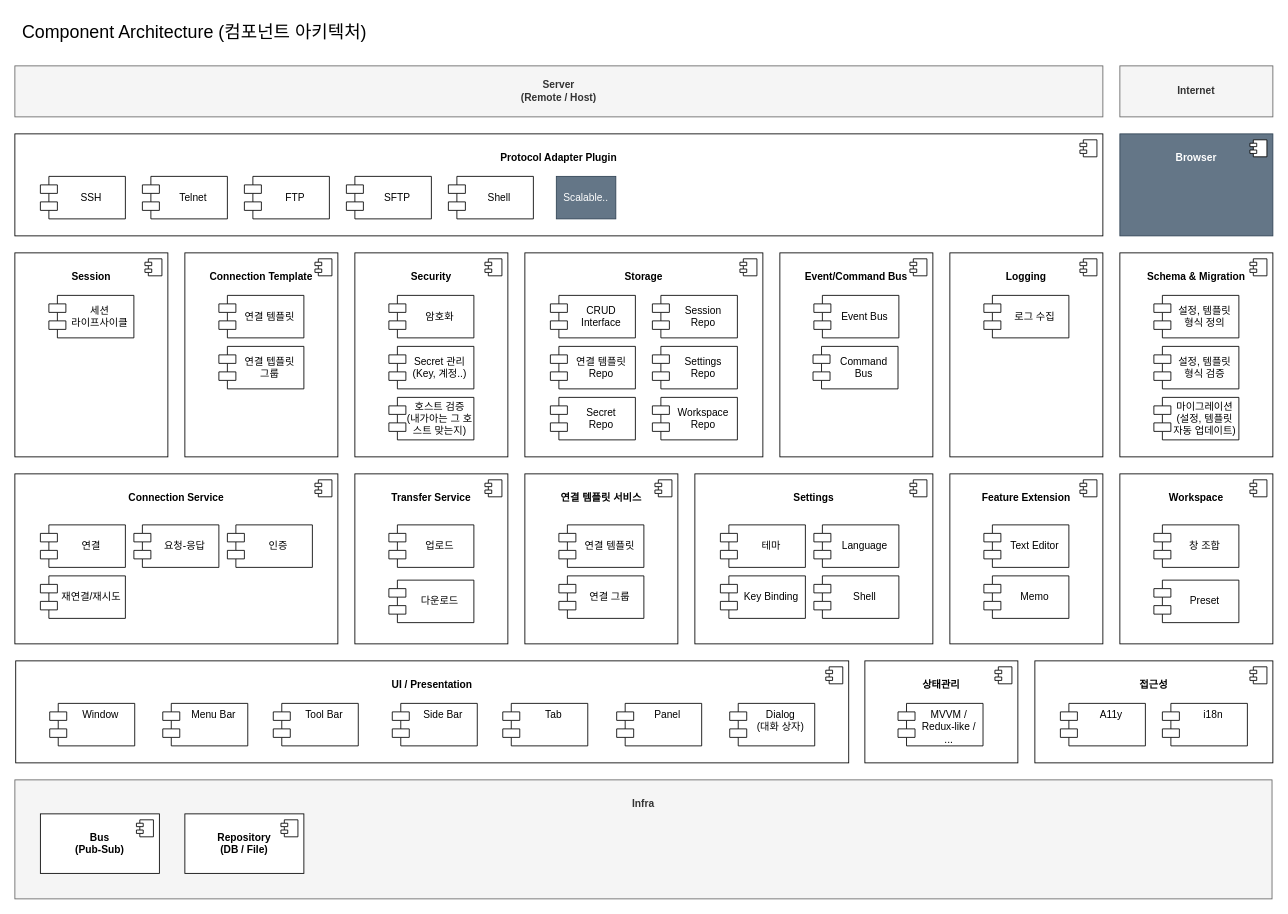
The draw.io diagram DOC/02_design/01_component_architecture_v0.1.1.drawio in whdrns2013/DATerm, before the edit. Source tidied: cells renumbered, new cells numbered last; positions are measured from the earlier drawing's top-left corner, leaving out a move shared by most shapes. Both pictures are drawn from the tidied source at 85%, with x=0, y=0 at pixel (14, 14).
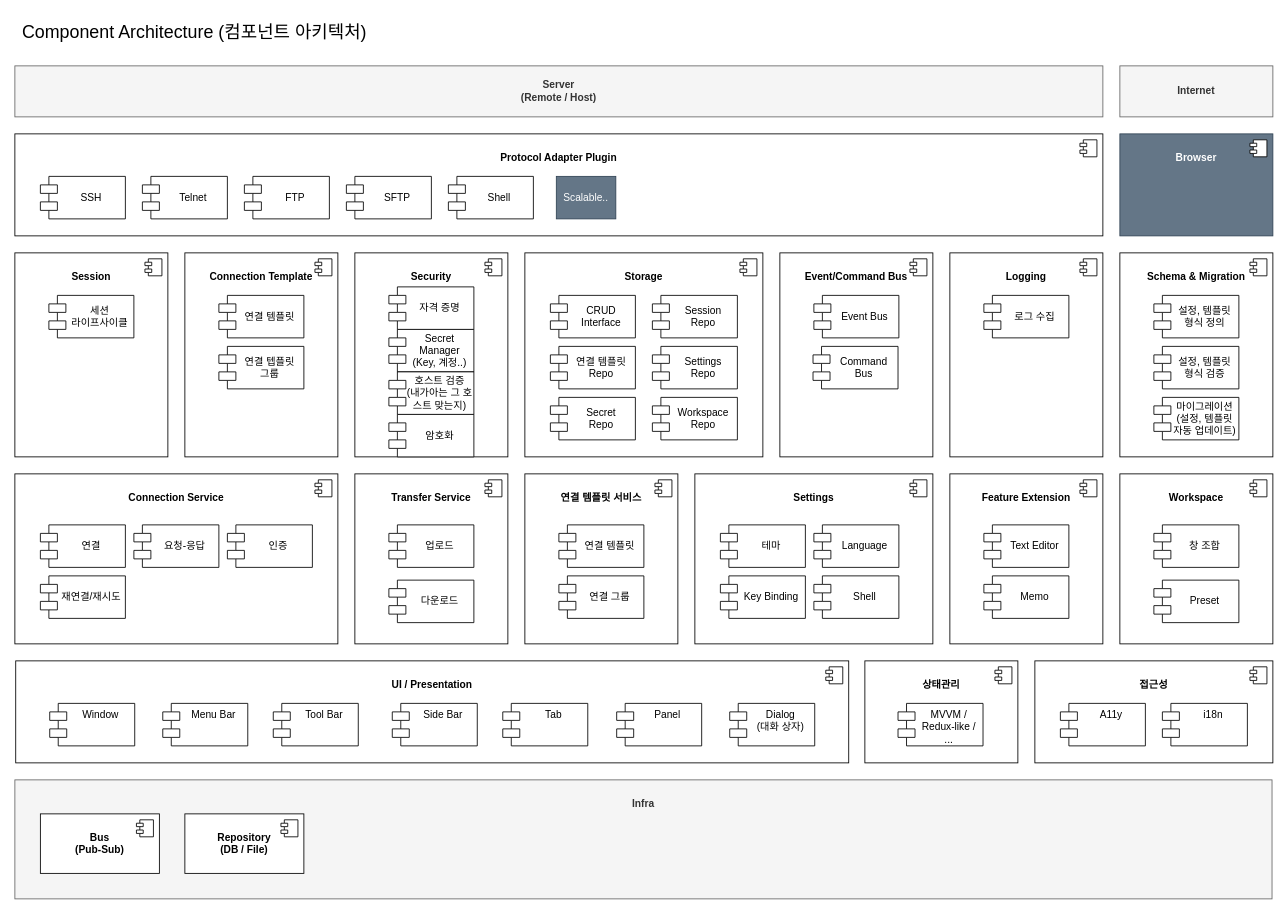
Above is the later version.

Commit message:
[UPDATE] component architecture update 컴포넌트 아키텍처 업데이트

What changed in the source:
```diff
@@
     <mxCell id="49" value="암호화" style="shape=module;align=center;spacingLeft=20;align=center;verticalAlign=middle;whiteSpace=wrap;html=1;" parent="1" vertex="1">
-      <mxGeometry x="440" y="330" width="100" height="50" as="geometry" />
+      <mxGeometry x="440" y="470" width="100" height="50" as="geometry" />
     </mxCell>
@@
-    <mxCell id="59" value="Secret 관리&lt;div&gt;(Key, 계정..)&lt;/div&gt;" style="shape=module;align=center;spacingLeft=20;align=center;verticalAlign=middle;whiteSpace=wrap;html=1;" parent="1" vertex="1">
-      <mxGeometry x="440" y="390" width="100" height="50" as="geometry" />
+    <mxCell id="59" value="Secret Manager&lt;div&gt;(Key, 계정..)&lt;/div&gt;" style="shape=module;align=center;spacingLeft=20;align=center;verticalAlign=middle;whiteSpace=wrap;html=1;" parent="1" vertex="1">
+      <mxGeometry x="440" y="370" width="100" height="50" as="geometry" />
     </mxCell>
@@
     <mxCell id="73" value="호스트 검증&lt;div&gt;(내가아는 그 호스트 맞는지)&lt;/div&gt;" style="shape=module;align=center;spacingLeft=20;align=center;verticalAlign=middle;whiteSpace=wrap;html=1;" parent="1" vertex="1">
-      <mxGeometry x="440" y="450" width="100" height="50" as="geometry" />
+      <mxGeometry x="440" y="420" width="100" height="50" as="geometry" />
     </mxCell>
@@
+    <mxCell id="96" value="자격 증명" style="shape=module;align=center;spacingLeft=20;align=center;verticalAlign=middle;whiteSpace=wrap;html=1;" parent="1" vertex="1">
+      <mxGeometry x="440" y="320" width="100" height="50" as="geometry" />
+    </mxCell>
```
